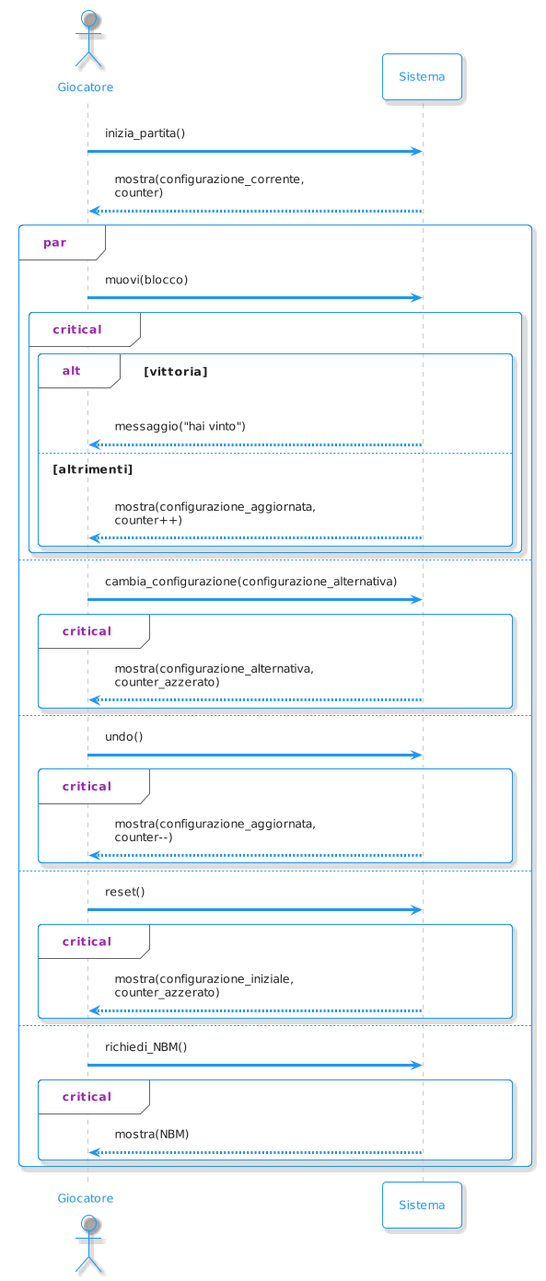
Above: docs_gruppo2/img/SystemSequenceDiagram.png in bellins14/klotski_gruppo2 (PlantUML), before the change. The source it was exported from:
```plantuml
@startuml
!theme materia-outline

actor Giocatore
participant Sistema

Giocatore -> Sistema: inizia_partita()
Sistema --> Giocatore: mostra(configurazione_corrente,\ncounter)

par
    Giocatore -> Sistema: muovi(blocco)

    critical
      alt vittoria
      Sistema --> Giocatore: messaggio("hai vinto")

      else altrimenti
      Sistema --> Giocatore: mostra(configurazione_aggiornata,\ncounter++)
      end
    end

else
    Giocatore -> Sistema: cambia_configurazione(configurazione_alternativa)

    critical
      Sistema --> Giocatore: mostra(configurazione_alternativa,\ncounter_azzerato)
    end

else
    Giocatore -> Sistema: undo()

    critical
      Sistema --> Giocatore: mostra(configurazione_aggiornata,\ncounter--)
    end

else
    Giocatore -> Sistema: reset()

    critical
      Sistema --> Giocatore: mostra(configurazione_iniziale,\ncounter_azzerato)
    end

else
    Giocatore -> Sistema: richiedi_NBM()

    critical
      Sistema --> Giocatore: mostra(NBM)
    end
end
@enduml
```
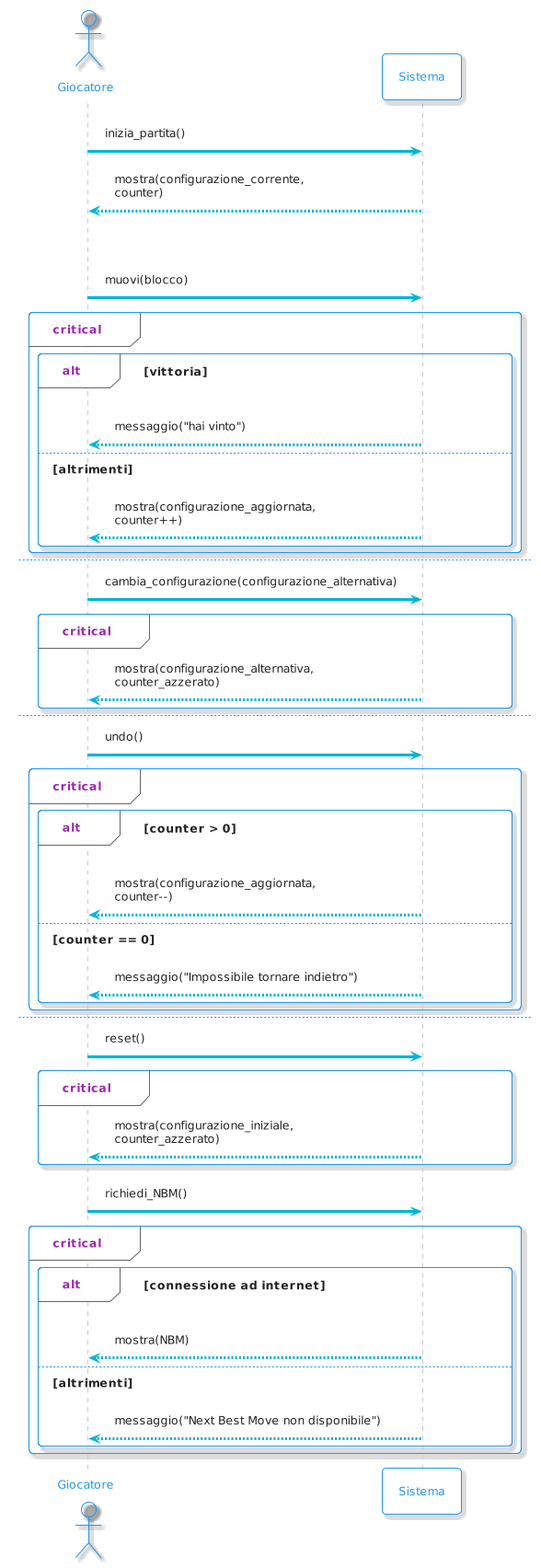
Later version of the same file.

Change to the diagram source:
```diff
@@ -1,5 +1,7 @@
 @startuml
 !theme materia-outline
+
+skinparam ArrowColor #00B4D8
 
 actor Giocatore
 participant Sistema
@@ -12,10 +14,10 @@
 
     critical
       alt vittoria
-      Sistema --> Giocatore: messaggio("hai vinto")
+        Sistema --> Giocatore: messaggio("hai vinto")
 
       else altrimenti
-      Sistema --> Giocatore: mostra(configurazione_aggiornata,\ncounter++)
+        Sistema --> Giocatore: mostra(configurazione_aggiornata,\ncounter++)
       end
     end
 
@@ -30,7 +32,12 @@
     Giocatore -> Sistema: undo()
 
     critical
-      Sistema --> Giocatore: mostra(configurazione_aggiornata,\ncounter--)
+      alt counter > 0
+        Sistema --> Giocatore: mostra(configurazione_aggiornata,\ncounter--)
+
+      else counter == 0
+        Sistema --> Giocatore: messaggio("Impossibile tornare indietro")
+      end
     end
 
 else
@@ -44,7 +51,11 @@
     Giocatore -> Sistema: richiedi_NBM()
 
     critical
-      Sistema --> Giocatore: mostra(NBM)
+      alt connessione ad internet
+        Sistema --> Giocatore: mostra(NBM)
+
+      else altrimenti
+        Sistema --> Giocatore: messaggio("Next Best Move non disponibile")
     end
 end
 @enduml
```
